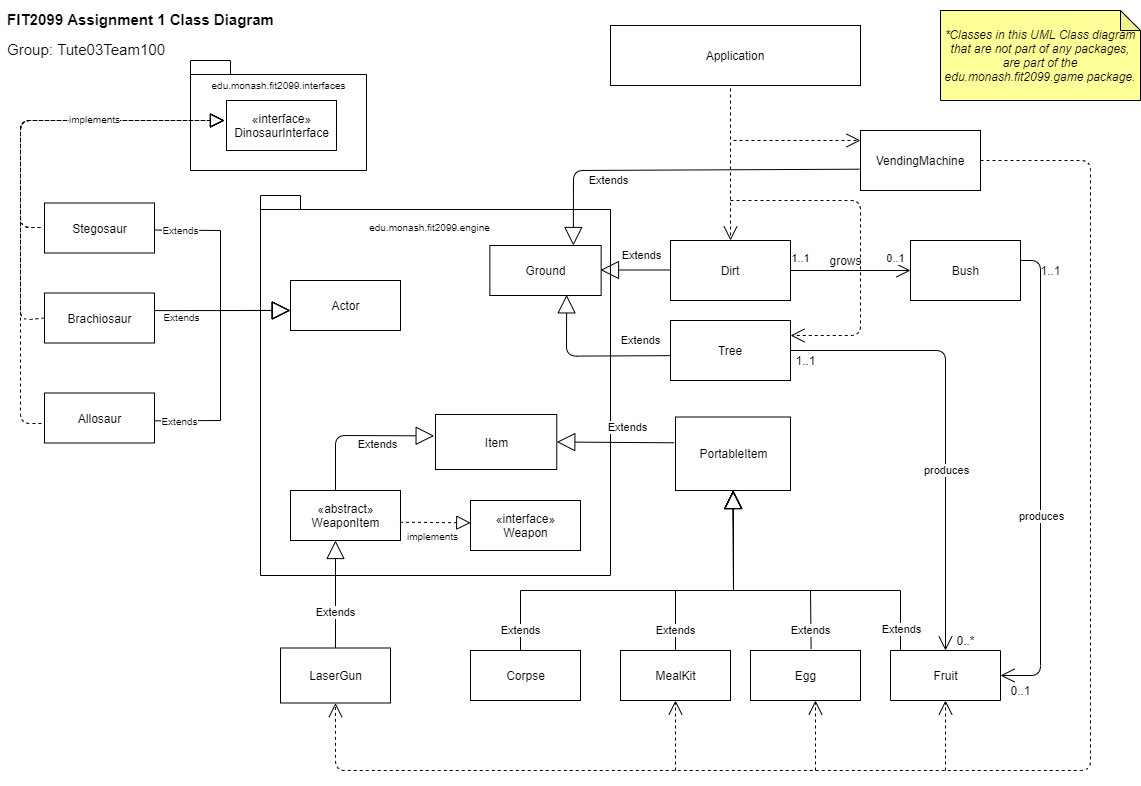
The draw.io diagram design_docs/ClassDiagram.png in mltw/fit2099-jurassic-park-2021, before a commit. Source tidied: cells renumbered, new cells last; positions are measured from the earlier drawing's top-left corner, leaving out a move shared by most shapes.
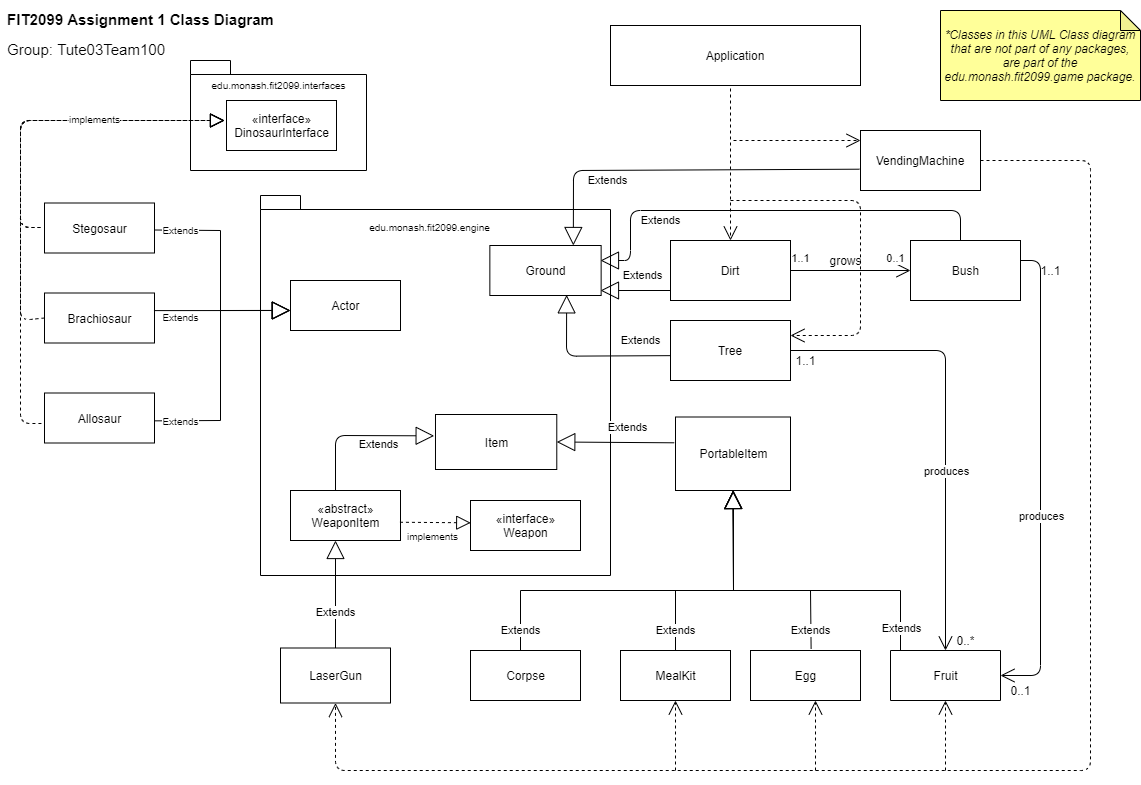
Above is the later version.

Commit message:
update class diagram

Diff of the diagram source:
```diff
@@ -278,8 +278,8 @@
     </mxCell>
     <mxCell id="60" value="Extends" style="endArrow=block;endSize=16;endFill=0;html=1;exitX=0;exitY=0.5;exitDx=0;exitDy=0;entryX=1;entryY=0.5;entryDx=0;entryDy=0;" parent="1" edge="1">
       <mxGeometry x="-0.2" y="-15" relative="1" as="geometry">
-        <mxPoint x="670" y="269.5" as="sourcePoint" />
-        <mxPoint x="600" y="269.5" as="targetPoint" />
+        <mxPoint x="670" y="290" as="sourcePoint" />
+        <mxPoint x="600" y="290" as="targetPoint" />
       </mxGeometry>
     </mxCell>
     <mxCell id="61" style="endArrow=open;endSize=12;dashed=1;html=1;fontSize=6;entryX=0;entryY=0.5;entryDx=0;entryDy=0;" parent="1" edge="1" target="54">
@@ -330,5 +330,16 @@
     <mxCell id="68" value="&lt;span id=&quot;docs-internal-guid-4193f4b4-7fff-84f8-9b0a-7034cd2e7c82&quot;&gt;&lt;span style=&quot;font-family: &amp;#34;arial&amp;#34; ; background-color: transparent ; font-style: italic ; vertical-align: baseline&quot;&gt;&lt;font style=&quot;font-size: 12px&quot;&gt;*Classes in this UML Class diagram that are not part of any packages, are part of the edu.monash.fit2099.game package.&lt;/font&gt;&lt;/span&gt;&lt;/span&gt;" style="shape=note;whiteSpace=wrap;html=1;backgroundOutline=1;darkOpacity=0.05;fillColor=#FFFF99;size=20;" parent="1" vertex="1">
       <mxGeometry x="940" y="10" width="200" height="90" as="geometry" />
     </mxCell>
+    <mxCell id="69" value="Extends" style="endArrow=block;endSize=16;endFill=0;html=1;entryX=1;entryY=0.5;entryDx=0;entryDy=0;" parent="1" edge="1">
+      <mxGeometry x="0.5" y="10" relative="1" as="geometry">
+        <mxPoint x="960" y="240" as="sourcePoint" />
+        <mxPoint x="600" y="260" as="targetPoint" />
+        <Array as="points">
+          <mxPoint x="960" y="210" />
+          <mxPoint x="630" y="210" />
+          <mxPoint x="630" y="260" />
+        </Array>
+      </mxGeometry>
+    </mxCell>
   </root>
 </mxGraphModel>
```
